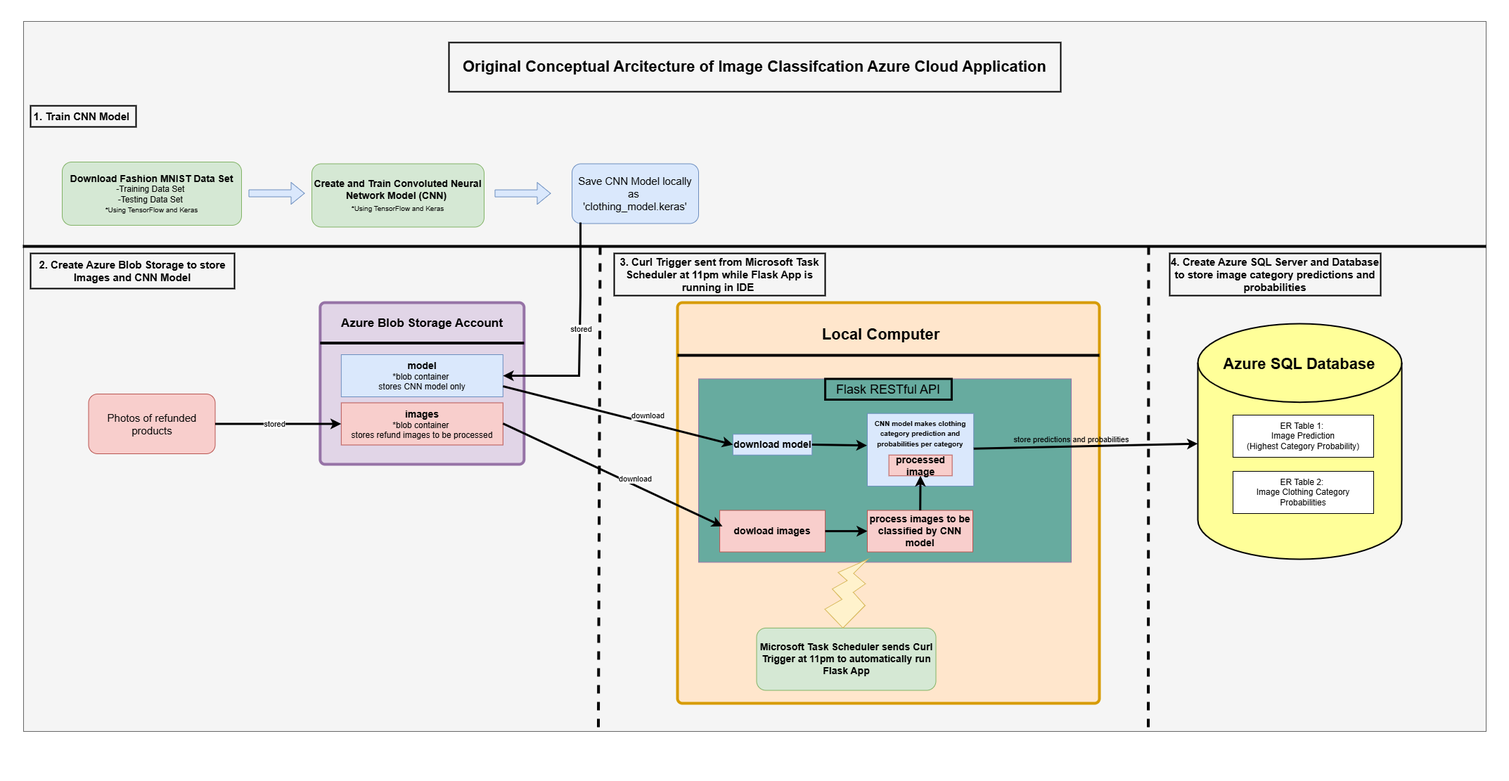
Before: Images_ReadMe/Current_Image_ClassificationSolution.drawio.png, a diagram exported from draw.io (AlexandraFaria/DLBDSMTP01). Source tidied: cells renumbered, new cells last; positions are measured from the earlier drawing's top-left corner, leaving out a move shared by most shapes. The source it was exported from:
```xml
<mxGraphModel>
  <root>
    <mxCell id="0" />
    <mxCell id="1" parent="0" />
    <mxCell id="2" style="rounded=0;whiteSpace=wrap;html=1;fillColor=#f5f5f5;fontColor=#333333;strokeColor=#666666;" parent="1" vertex="1">
      <mxGeometry x="1" width="2080" height="1010" as="geometry" />
    </mxCell>
    <mxCell id="3" value="1. Train CNN Model&amp;nbsp;" style="text;html=1;align=center;verticalAlign=middle;whiteSpace=wrap;rounded=0;strokeColor=default;strokeWidth=2;fontSize=15;fontStyle=1;" parent="1" vertex="1">
      <mxGeometry x="11" y="120" width="150" height="30" as="geometry" />
    </mxCell>
    <mxCell id="4" value="&lt;b&gt;&lt;font style=&quot;font-size: 14px;&quot;&gt;Download Fashion MNIST Data Set&lt;/font&gt;&lt;/b&gt;&lt;div&gt;-Training Data Set&amp;nbsp;&lt;/div&gt;&lt;div&gt;-Testing Data Set&amp;nbsp;&lt;/div&gt;&lt;div&gt;&lt;font style=&quot;font-size: 10px;&quot;&gt;*&lt;span style=&quot;background-color: transparent; color: light-dark(rgb(0, 0, 0), rgb(255, 255, 255));&quot;&gt;Using TensorFlow and Keras&lt;/span&gt;&lt;/font&gt;&lt;/div&gt;" style="rounded=1;whiteSpace=wrap;html=1;fillColor=#d5e8d4;strokeColor=#82b366;" parent="1" vertex="1">
      <mxGeometry x="56" y="200" width="255" height="90" as="geometry" />
    </mxCell>
    <mxCell id="5" value="&lt;font style=&quot;font-size: 14px;&quot;&gt;&lt;b&gt;Create and Train Convoluted Neural Network Model (CNN)&amp;nbsp;&lt;/b&gt;&lt;/font&gt;&lt;div&gt;&lt;font style=&quot;font-size: 14px;&quot;&gt;&lt;span style=&quot;font-size: 10px;&quot;&gt;*&lt;/span&gt;&lt;span style=&quot;color: light-dark(rgb(0, 0, 0), rgb(255, 255, 255)); font-size: 10px; background-color: transparent;&quot;&gt;Using TensorFlow and Keras&lt;/span&gt;&lt;b&gt;&lt;/b&gt;&lt;/font&gt;&lt;/div&gt;" style="rounded=1;whiteSpace=wrap;html=1;fillColor=#d5e8d4;strokeColor=#82b366;" parent="1" vertex="1">
      <mxGeometry x="411" y="202.5" width="245" height="90" as="geometry" />
    </mxCell>
    <mxCell id="6" style="shape=flexArrow;endArrow=classic;html=1;rounded=0;fillColor=#dae8fc;strokeColor=#6c8ebf;" parent="1" edge="1">
      <mxGeometry relative="1" as="geometry">
        <mxPoint x="321" y="244.5" as="sourcePoint" />
        <mxPoint x="401" y="244.5" as="targetPoint" />
      </mxGeometry>
    </mxCell>
    <mxCell id="7" style="shape=flexArrow;endArrow=classic;html=1;rounded=0;fillColor=#dae8fc;strokeColor=#6c8ebf;" parent="1" edge="1">
      <mxGeometry relative="1" as="geometry">
        <mxPoint x="671" y="244.6" as="sourcePoint" />
        <mxPoint x="751" y="244.6" as="targetPoint" />
      </mxGeometry>
    </mxCell>
    <mxCell id="8" value="&lt;font style=&quot;font-size: 15px;&quot;&gt;Save CNN Model locally as&amp;nbsp;&lt;/font&gt;&lt;div&gt;&lt;font style=&quot;font-size: 15px;&quot;&gt;'clothing_model.keras'&lt;/font&gt;&lt;/div&gt;" style="rounded=1;whiteSpace=wrap;html=1;fillColor=#dae8fc;strokeColor=#6c8ebf;" parent="1" vertex="1">
      <mxGeometry x="781" y="202.5" width="180" height="85" as="geometry" />
    </mxCell>
    <mxCell id="9" style="endArrow=none;startArrow=none;endFill=1;startFill=0;html=1;rounded=0;strokeWidth=4;" parent="1" edge="1">
      <mxGeometry relative="1" as="geometry">
        <mxPoint y="320" as="sourcePoint" />
        <mxPoint x="2081" y="320" as="targetPoint" />
      </mxGeometry>
    </mxCell>
    <mxCell id="10" value="&lt;span style=&quot;font-size: 15px;&quot;&gt;Photos of refunded products&lt;/span&gt;" style="rounded=1;whiteSpace=wrap;html=1;fillColor=#f8cecc;strokeColor=#b85450;" parent="1" vertex="1">
      <mxGeometry x="93.5" y="530" width="180" height="85" as="geometry" />
    </mxCell>
    <mxCell id="11" value="2. Create Azure Blob Storage to store Images and CNN Model" style="text;html=1;align=center;verticalAlign=middle;whiteSpace=wrap;rounded=0;strokeColor=default;strokeWidth=2;fontSize=15;fontStyle=1;" parent="1" vertex="1">
      <mxGeometry x="11" y="330" width="290" height="50" as="geometry" />
    </mxCell>
    <mxCell id="12" value="3. Curl Trigger sent from Microsoft Task Scheduler at 11pm while Flask App is running in IDE&amp;nbsp;" style="text;html=1;align=center;verticalAlign=middle;whiteSpace=wrap;rounded=0;strokeColor=default;strokeWidth=2;fontSize=15;fontStyle=1;" parent="1" vertex="1">
      <mxGeometry x="841" y="330" width="300" height="60" as="geometry" />
    </mxCell>
    <mxCell id="13" style="endArrow=none;startArrow=none;endFill=1;startFill=0;html=1;rounded=0;strokeWidth=4;dashed=1;entryX=0.393;entryY=1.006;entryDx=0;entryDy=0;entryPerimeter=0;" parent="1" edge="1" target="2">
      <mxGeometry relative="1" as="geometry">
        <mxPoint x="821" y="320" as="sourcePoint" />
      </mxGeometry>
    </mxCell>
    <mxCell id="14" style="rounded=1;whiteSpace=wrap;html=1;absoluteArcSize=1;arcSize=14;strokeWidth=4;fillColor=#ffe6cc;strokeColor=#d79b00;" parent="1" vertex="1">
      <mxGeometry x="931" y="400" width="600" height="570" as="geometry" />
    </mxCell>
    <mxCell id="15" style="rounded=1;whiteSpace=wrap;html=1;absoluteArcSize=1;arcSize=14;strokeWidth=4;fillColor=#e1d5e7;strokeColor=#9673a6;" parent="1" vertex="1">
      <mxGeometry x="422.8" y="400" width="290" height="230" as="geometry" />
    </mxCell>
    <mxCell id="16" style="endArrow=none;startArrow=none;endFill=1;startFill=0;html=1;rounded=0;strokeWidth=4;exitX=0;exitY=0.25;exitDx=0;exitDy=0;entryX=1;entryY=0.25;entryDx=0;entryDy=0;" parent="1" edge="1" source="15" target="15">
      <mxGeometry relative="1" as="geometry" />
    </mxCell>
    <mxCell id="17" value="&lt;font style=&quot;font-size: 17px;&quot;&gt;&lt;b&gt;Azure Blob Storage Account&lt;/b&gt;&lt;/font&gt;" style="text;html=1;align=center;verticalAlign=middle;whiteSpace=wrap;rounded=0;" parent="1" vertex="1">
      <mxGeometry x="432.8" y="410" width="270" height="40" as="geometry" />
    </mxCell>
    <mxCell id="18" value="&lt;font style=&quot;font-size: 14px;&quot;&gt;&lt;b&gt;model&lt;/b&gt;&lt;/font&gt;&lt;div&gt;&lt;font&gt;*blob container&amp;nbsp;&lt;/font&gt;&lt;/div&gt;&lt;div&gt;&lt;font&gt;stores CNN model only&lt;/font&gt;&lt;/div&gt;" style="html=1;whiteSpace=wrap;fillColor=#dae8fc;strokeColor=#6c8ebf;" parent="1" vertex="1">
      <mxGeometry x="452.8" y="474" width="230" height="60" as="geometry" />
    </mxCell>
    <mxCell id="19" value="&lt;span style=&quot;font-size: 14px;&quot;&gt;&lt;b&gt;images&lt;/b&gt;&lt;/span&gt;&lt;br&gt;&lt;div&gt;*blob container&amp;nbsp;&lt;/div&gt;&lt;div&gt;stores refund images to be processed&lt;/div&gt;" style="html=1;whiteSpace=wrap;fillColor=#f8cecc;strokeColor=#b85450;" parent="1" vertex="1">
      <mxGeometry x="452.8" y="542.5" width="230" height="60" as="geometry" />
    </mxCell>
    <mxCell id="20" style="endArrow=classic;html=1;rounded=0;entryX=0;entryY=0.5;entryDx=0;entryDy=0;exitX=1;exitY=0.5;exitDx=0;exitDy=0;startArrow=none;startFill=0;endFill=1;strokeWidth=3;" parent="1" edge="1" source="10" target="19">
      <mxGeometry relative="1" as="geometry" />
    </mxCell>
    <mxCell id="21" value="stored" style="edgeLabel;html=1;align=center;verticalAlign=middle;" parent="20" vertex="1">
      <mxGeometry x="-0.07" relative="1" as="geometry">
        <mxPoint x="1" as="offset" />
      </mxGeometry>
    </mxCell>
    <mxCell id="22" style="endArrow=classic;html=1;rounded=0;entryX=1;entryY=0.5;entryDx=0;entryDy=0;exitX=0.067;exitY=0.982;exitDx=0;exitDy=0;startArrow=none;startFill=0;endFill=1;strokeWidth=3;exitPerimeter=0;" parent="1" edge="1" source="8" target="18">
      <mxGeometry relative="1" as="geometry">
        <Array as="points">
          <mxPoint x="793" y="390" />
          <mxPoint x="791" y="504" />
        </Array>
      </mxGeometry>
    </mxCell>
    <mxCell id="23" value="stored" style="edgeLabel;html=1;align=center;verticalAlign=middle;" parent="22" vertex="1">
      <mxGeometry x="-0.07" relative="1" as="geometry">
        <mxPoint x="1" as="offset" />
      </mxGeometry>
    </mxCell>
    <mxCell id="24" style="group;" parent="1" vertex="1">
      <mxGeometry x="931" y="410" width="600" height="640" as="geometry" />
    </mxCell>
    <mxCell id="25" style="endArrow=none;startArrow=none;endFill=1;startFill=0;html=1;rounded=0;strokeWidth=4;exitX=0;exitY=0.25;exitDx=0;exitDy=0;entryX=1;entryY=0.25;entryDx=0;entryDy=0;" parent="24" edge="1">
      <mxGeometry relative="1" as="geometry">
        <mxPoint y="65" as="sourcePoint" />
        <mxPoint x="600" y="65" as="targetPoint" />
      </mxGeometry>
    </mxCell>
    <mxCell id="26" style="verticalLabelPosition=bottom;verticalAlign=top;html=1;shape=mxgraph.basic.rect;fillColor2=none;strokeWidth=1;size=20;indent=5;fillColor=#67AB9F;strokeColor=#9673a6;" parent="24" vertex="1">
      <mxGeometry x="30" y="98.5" width="530" height="260.9" as="geometry" />
    </mxCell>
    <mxCell id="27" value="&lt;font style=&quot;font-size: 14px;&quot;&gt;&lt;b&gt;download model&lt;/b&gt;&lt;/font&gt;" style="html=1;whiteSpace=wrap;fillColor=#dae8fc;strokeColor=#6c8ebf;" parent="24" vertex="1">
      <mxGeometry x="78.8" y="177.2" width="112.5" height="29.5" as="geometry" />
    </mxCell>
    <mxCell id="28" value="&lt;span style=&quot;font-size: 14px;&quot;&gt;&lt;b&gt;dowload images&lt;/b&gt;&lt;/span&gt;" style="html=1;whiteSpace=wrap;fillColor=#f8cecc;strokeColor=#b85450;" parent="24" vertex="1">
      <mxGeometry x="60.1" y="285.5" width="150" height="59.1" as="geometry" />
    </mxCell>
    <mxCell id="29" value="&lt;span style=&quot;font-size: 14px;&quot;&gt;&lt;b&gt;process images to be classified by CNN model&lt;/b&gt;&lt;/span&gt;" style="html=1;whiteSpace=wrap;fillColor=#f8cecc;strokeColor=#b85450;" parent="24" vertex="1">
      <mxGeometry x="270" y="285.5" width="150" height="59.1" as="geometry" />
    </mxCell>
    <mxCell id="30" style="endArrow=classic;html=1;rounded=0;startArrow=none;startFill=0;endFill=1;strokeWidth=3;" parent="24" edge="1" source="28" target="29">
      <mxGeometry relative="1" as="geometry" />
    </mxCell>
    <mxCell id="31" value="&lt;font style=&quot;font-size: 10px;&quot;&gt;&lt;b style=&quot;&quot;&gt;CNN model makes clothing category prediction and probabilities per category&lt;/b&gt;&lt;/font&gt;" style="html=1;whiteSpace=wrap;fillColor=#dae8fc;strokeColor=#6c8ebf;verticalAlign=top;" parent="24" vertex="1">
      <mxGeometry x="270" y="147.7" width="151.2" height="103.4" as="geometry" />
    </mxCell>
    <mxCell id="32" value="&lt;span style=&quot;font-size: 14px;&quot;&gt;&lt;b&gt;processed image&lt;/b&gt;&lt;/span&gt;" style="html=1;whiteSpace=wrap;fillColor=#f8cecc;strokeColor=#b85450;" parent="24" vertex="1">
      <mxGeometry x="300.6" y="206.8" width="90" height="29.5" as="geometry" />
    </mxCell>
    <mxCell id="33" style="endArrow=classic;html=1;rounded=0;startArrow=none;startFill=0;endFill=1;strokeWidth=3;exitX=1;exitY=0.5;exitDx=0;exitDy=0;entryX=-0.003;entryY=0.44;entryDx=0;entryDy=0;entryPerimeter=0;" parent="24" edge="1" source="27" target="31">
      <mxGeometry relative="1" as="geometry" />
    </mxCell>
    <mxCell id="34" style="endArrow=classic;html=1;rounded=0;startArrow=none;startFill=0;endFill=1;strokeWidth=3;" parent="24" edge="1" source="29" target="32">
      <mxGeometry relative="1" as="geometry" />
    </mxCell>
    <mxCell id="35" value="&lt;font style=&quot;font-size: 18px;&quot;&gt;Flask RESTful API&lt;/font&gt;" style="text;html=1;align=center;verticalAlign=middle;whiteSpace=wrap;rounded=0;fontSize=22;strokeColor=default;strokeWidth=3;" parent="24" vertex="1">
      <mxGeometry x="210.1" y="98.5" width="179.8" height="29.5" as="geometry" />
    </mxCell>
    <mxCell id="36" value="&lt;font&gt;&lt;b&gt;Local Computer&lt;/b&gt;&lt;/font&gt;" style="text;html=1;align=center;verticalAlign=middle;whiteSpace=wrap;rounded=0;fontSize=22;" parent="24" vertex="1">
      <mxGeometry x="180" y="9.8" width="219.3" height="51.4" as="geometry" />
    </mxCell>
    <mxCell id="37" value="&lt;span style=&quot;font-size: 14px;&quot;&gt;&lt;b&gt;Microsoft Task Scheduler sends Curl Trigger at 11pm to automatically run Flask App&lt;/b&gt;&lt;/span&gt;" style="rounded=1;whiteSpace=wrap;html=1;fillColor=#d5e8d4;strokeColor=#82b366;" parent="24" vertex="1">
      <mxGeometry x="112.5" y="452.9" width="255" height="88.6" as="geometry" />
    </mxCell>
    <mxCell id="38" style="verticalLabelPosition=bottom;verticalAlign=top;html=1;shape=mxgraph.basic.flash;rotation=-179;fillColor=#fff2cc;strokeColor=#d6b656;" parent="24" vertex="1">
      <mxGeometry x="210" y="354.5" width="60" height="98.5" as="geometry" />
    </mxCell>
    <mxCell id="39" style="endArrow=classic;html=1;rounded=0;entryX=0.026;entryY=0.383;entryDx=0;entryDy=0;exitX=1;exitY=0.5;exitDx=0;exitDy=0;startArrow=none;startFill=0;endFill=1;strokeWidth=3;entryPerimeter=0;" parent="1" edge="1" target="28">
      <mxGeometry relative="1" as="geometry">
        <mxPoint x="682.8" y="572" as="sourcePoint" />
      </mxGeometry>
    </mxCell>
    <mxCell id="40" value="download" style="edgeLabel;html=1;align=center;verticalAlign=middle;" parent="39" vertex="1">
      <mxGeometry x="-0.07" relative="1" as="geometry">
        <mxPoint x="43" y="10" as="offset" />
      </mxGeometry>
    </mxCell>
    <mxCell id="41" style="endArrow=classic;html=1;rounded=0;entryX=0;entryY=0.5;entryDx=0;entryDy=0;exitX=1;exitY=0.75;exitDx=0;exitDy=0;startArrow=none;startFill=0;endFill=1;strokeWidth=3;" parent="1" edge="1" source="18" target="27">
      <mxGeometry relative="1" as="geometry" />
    </mxCell>
    <mxCell id="42" value="download" style="edgeLabel;html=1;align=center;verticalAlign=middle;" parent="41" vertex="1">
      <mxGeometry x="-0.07" relative="1" as="geometry">
        <mxPoint x="53" y="3" as="offset" />
      </mxGeometry>
    </mxCell>
    <mxCell id="43" style="strokeWidth=2;html=1;shape=mxgraph.flowchart.database;whiteSpace=wrap;fillColor=#FFFF99;" parent="1" vertex="1">
      <mxGeometry x="1671" y="430" width="290" height="335" as="geometry" />
    </mxCell>
    <mxCell id="44" value="&lt;b&gt;Azure SQL Database&lt;/b&gt;" style="text;html=1;align=center;verticalAlign=middle;whiteSpace=wrap;rounded=0;fontSize=22;" parent="1" vertex="1">
      <mxGeometry x="1706.3" y="462.2" width="219.3" height="52.2" as="geometry" />
    </mxCell>
    <mxCell id="45" style="endArrow=classic;html=1;rounded=0;startArrow=none;startFill=0;endFill=1;strokeWidth=3;" parent="1" edge="1" source="31" target="43">
      <mxGeometry relative="1" as="geometry" />
    </mxCell>
    <mxCell id="46" value="store predictions and probabilities" style="edgeLabel;html=1;align=center;verticalAlign=middle;labelBackgroundColor=none;" parent="45" vertex="1">
      <mxGeometry x="-0.07" relative="1" as="geometry">
        <mxPoint x="-10" y="-10" as="offset" />
      </mxGeometry>
    </mxCell>
    <mxCell id="47" style="endArrow=none;startArrow=none;endFill=1;startFill=0;html=1;rounded=0;strokeWidth=4;dashed=1;entryX=0.769;entryY=0.997;entryDx=0;entryDy=0;entryPerimeter=0;" parent="1" edge="1" target="2">
      <mxGeometry relative="1" as="geometry">
        <mxPoint x="1601" y="320" as="sourcePoint" />
      </mxGeometry>
    </mxCell>
    <mxCell id="48" value="4. Create Azure SQL Server and Database to store image category predictions and probabilities" style="text;html=1;align=center;verticalAlign=middle;whiteSpace=wrap;rounded=0;strokeColor=default;strokeWidth=2;fontSize=15;fontStyle=1;" parent="1" vertex="1">
      <mxGeometry x="1631" y="330" width="300" height="60" as="geometry" />
    </mxCell>
    <mxCell id="49" value="ER Table 1:&amp;nbsp;&lt;div&gt;Image Prediction&lt;/div&gt;&lt;div&gt;(Highest Category Probability)&lt;/div&gt;" style="rounded=0;whiteSpace=wrap;html=1;" parent="1" vertex="1">
      <mxGeometry x="1721" y="560" width="200" height="60" as="geometry" />
    </mxCell>
    <mxCell id="50" value="ER Table 2:&amp;nbsp;&lt;div&gt;Image Clothing Category Probabilities&lt;/div&gt;" style="rounded=0;whiteSpace=wrap;html=1;" parent="1" vertex="1">
      <mxGeometry x="1721" y="640" width="200" height="60" as="geometry" />
    </mxCell>
    <mxCell id="51" value="&lt;font style=&quot;font-size: 22px;&quot;&gt;Original Conceptual Arcitecture of Image Classifcation Azure Cloud Application&lt;/font&gt;" style="text;html=1;align=center;verticalAlign=middle;whiteSpace=wrap;rounded=0;strokeColor=default;strokeWidth=2;fontSize=15;fontStyle=1;" parent="1" vertex="1">
      <mxGeometry x="606" y="30" width="870" height="70" as="geometry" />
    </mxCell>
  </root>
</mxGraphModel>
```
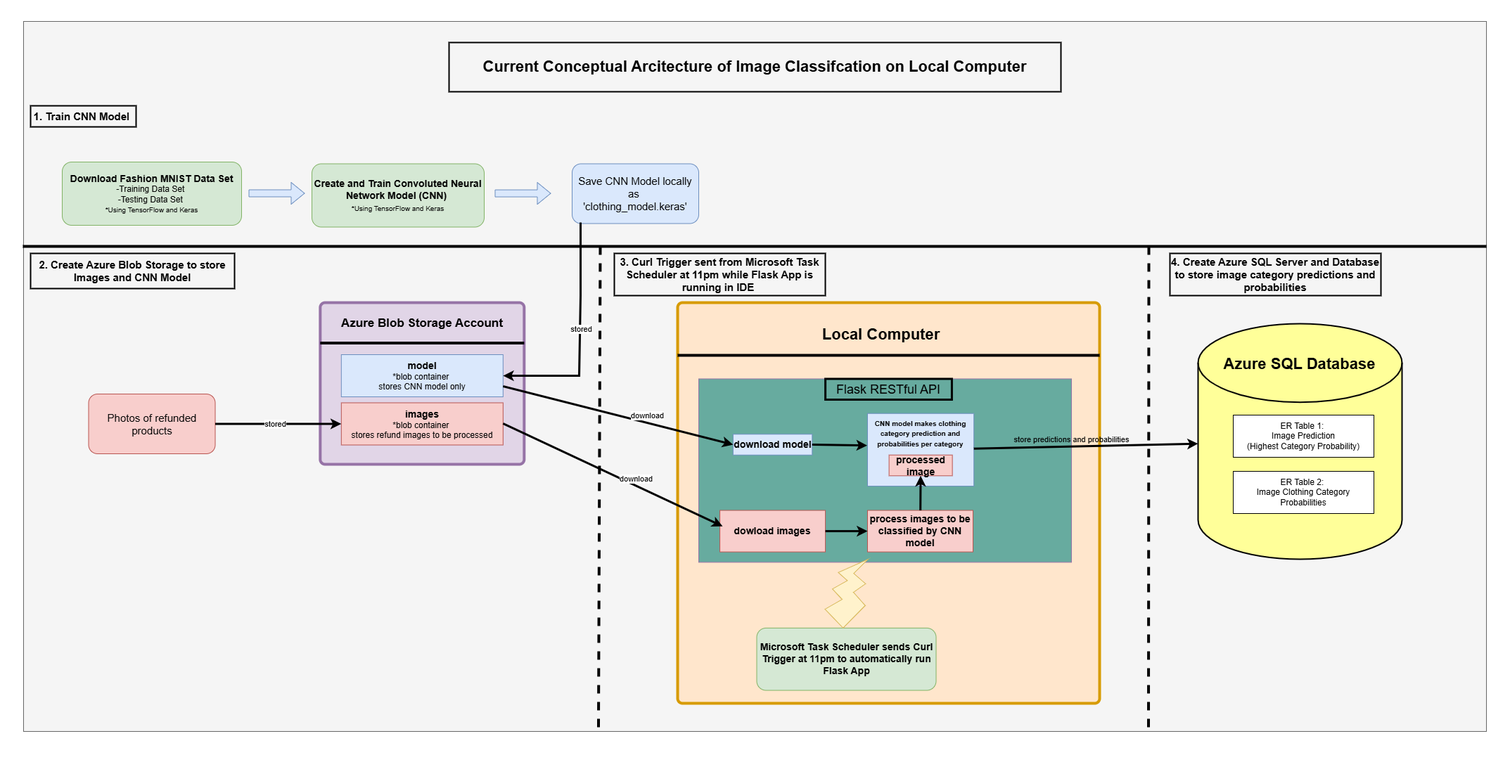
The same diagram one commit later.

What changed in the source:
```diff
@@ -182,7 +182,7 @@
     <mxCell id="50" value="ER Table 2:&amp;nbsp;&lt;div&gt;Image Clothing Category Probabilities&lt;/div&gt;" style="rounded=0;whiteSpace=wrap;html=1;" parent="1" vertex="1">
       <mxGeometry x="1721" y="640" width="200" height="60" as="geometry" />
     </mxCell>
-    <mxCell id="51" value="&lt;font style=&quot;font-size: 22px;&quot;&gt;Original Conceptual Arcitecture of Image Classifcation Azure Cloud Application&lt;/font&gt;" style="text;html=1;align=center;verticalAlign=middle;whiteSpace=wrap;rounded=0;strokeColor=default;strokeWidth=2;fontSize=15;fontStyle=1;" parent="1" vertex="1">
+    <mxCell id="51" value="&lt;font style=&quot;font-size: 22px;&quot;&gt;Current Conceptual Arcitecture of Image Classifcation on Local Computer&lt;/font&gt;" style="text;html=1;align=center;verticalAlign=middle;whiteSpace=wrap;rounded=0;strokeColor=default;strokeWidth=2;fontSize=15;fontStyle=1;" parent="1" vertex="1">
       <mxGeometry x="606" y="30" width="870" height="70" as="geometry" />
     </mxCell>
   </root>
```
